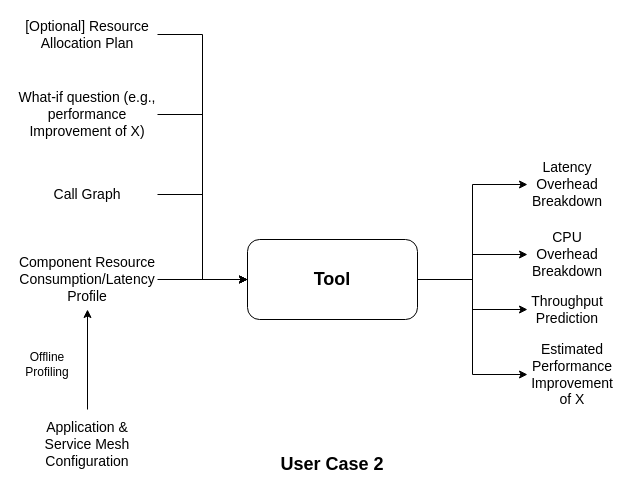
Romero027/DeathStarBench keeps this draw.io diagram as page "Page-3" (4 of 4) of figures/tool.drawio. Above is the earlier version. Source tidied: cells renumbered, new cells numbered last; positions are measured from the earlier drawing's top-left corner, leaving out a move shared by most shapes. Both pictures are drawn from the tidied source at 100%, with x=0, y=0 at pixel (17, 19).
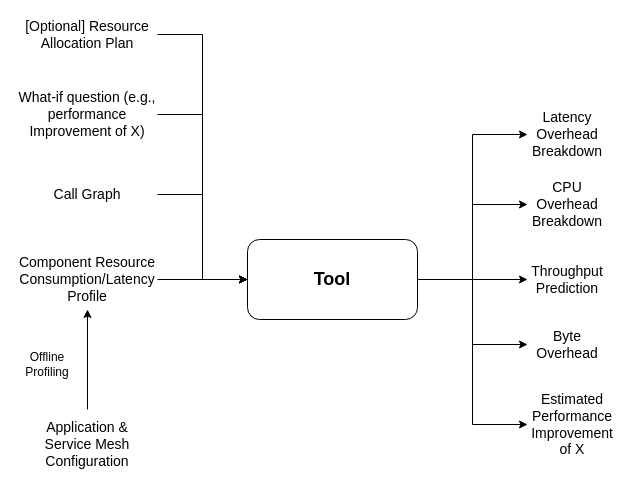
After the change.

The change refers to these unchanged cells:
```xml
<mxCell id="6" value="&lt;b&gt;&lt;font style=&quot;font-size: 18px&quot;&gt;Tool&lt;/font&gt;&lt;/b&gt;" style="rounded=1;whiteSpace=wrap;html=1;" parent="1" vertex="1">
  <mxGeometry x="230" y="220" width="170" height="80" as="geometry" />
</mxCell>
```

Diff of the diagram source:
```diff
@@
     <mxCell id="7" value="&lt;font style=&quot;font-size: 14px&quot;&gt;Latency Overhead Breakdown&lt;/font&gt;" style="text;html=1;strokeColor=none;fillColor=none;align=center;verticalAlign=middle;whiteSpace=wrap;rounded=0;" parent="1" vertex="1">
-      <mxGeometry x="510" y="150" width="80" height="30" as="geometry" />
+      <mxGeometry x="510" y="100" width="80" height="30" as="geometry" />
     </mxCell>
     <mxCell id="8" value="&lt;font style=&quot;font-size: 14px&quot;&gt;CPU Overhead&lt;br&gt;Breakdown&lt;br&gt;&lt;/font&gt;" style="text;html=1;strokeColor=none;fillColor=none;align=center;verticalAlign=middle;whiteSpace=wrap;rounded=0;" parent="1" vertex="1">
-      <mxGeometry x="510" y="220" width="80" height="30" as="geometry" />
+      <mxGeometry x="510" y="170" width="80" height="30" as="geometry" />
     </mxCell>
     <mxCell id="9" value="&lt;font style=&quot;font-size: 14px&quot;&gt;Throughput Prediction&lt;/font&gt;" style="text;html=1;strokeColor=none;fillColor=none;align=center;verticalAlign=middle;whiteSpace=wrap;rounded=0;" parent="1" vertex="1">
-      <mxGeometry x="510" y="275" width="80" height="30" as="geometry" />
+      <mxGeometry x="510" y="245" width="80" height="30" as="geometry" />
     </mxCell>
     <mxCell id="10" value="&lt;font style=&quot;font-size: 14px&quot;&gt;Estimated Performance Improvement of X&lt;/font&gt;" style="text;html=1;strokeColor=none;fillColor=none;align=center;verticalAlign=middle;whiteSpace=wrap;rounded=0;" parent="1" vertex="1">
-      <mxGeometry x="510" y="340" width="90" height="30" as="geometry" />
+      <mxGeometry x="510" y="390" width="90" height="30" as="geometry" />
     </mxCell>
-    <mxCell id="11" value="&lt;font style=&quot;font-size: 18px&quot;&gt;&lt;b&gt;User Case 2&lt;/b&gt;&lt;/font&gt;" style="text;html=1;strokeColor=none;fillColor=none;align=center;verticalAlign=middle;whiteSpace=wrap;rounded=0;" parent="1" vertex="1">
-      <mxGeometry x="245" y="430" width="140" height="30" as="geometry" />
-    </mxCell>
@@
+    <mxCell id="23" style="edgeStyle=orthogonalEdgeStyle;rounded=0;jettySize=auto;html=1;exitX=0;exitY=0.5;exitDx=0;exitDy=0;entryX=1;entryY=0.5;entryDx=0;entryDy=0;endArrow=none;endFill=0;startArrow=classic;startFill=1;" parent="1" edge="1" source="24" target="6">
+      <mxGeometry relative="1" as="geometry" />
+    </mxCell>
+    <mxCell id="24" value="&lt;font style=&quot;font-size: 14px&quot;&gt;Byte Overhead&lt;/font&gt;" style="text;html=1;strokeColor=none;fillColor=none;align=center;verticalAlign=middle;whiteSpace=wrap;rounded=0;" parent="1" vertex="1">
+      <mxGeometry x="510" y="310" width="80" height="30" as="geometry" />
+    </mxCell>
```
